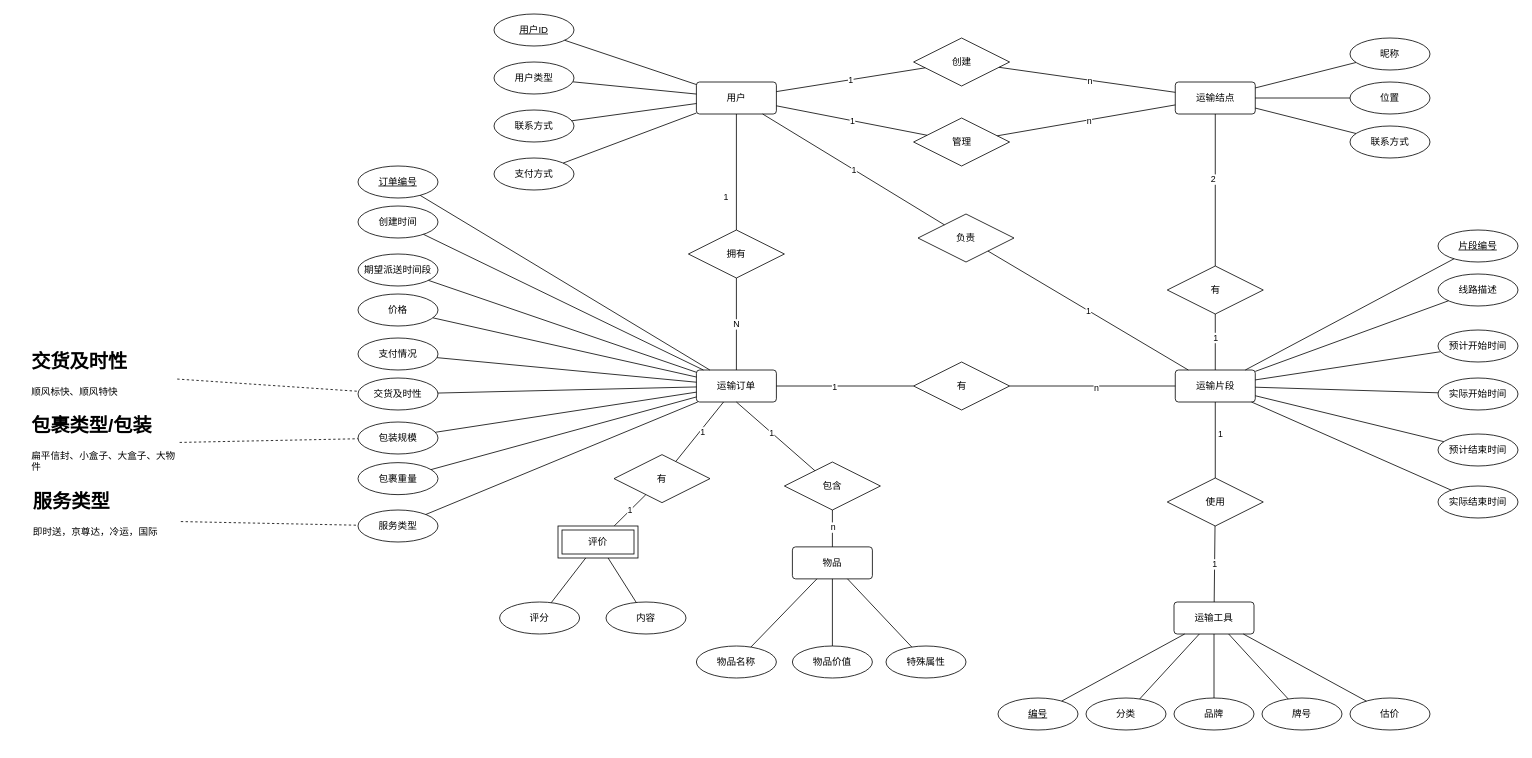
Above: 快递模型.drawio in loli0con/express (draw.io), before the change. Source tidied: cells renumbered, new cells numbered last; positions are measured from the earlier drawing's top-left corner, leaving out a move shared by most shapes. Both pictures are drawn from the tidied source at 80%, with x=0, y=0 at pixel (27, 14).
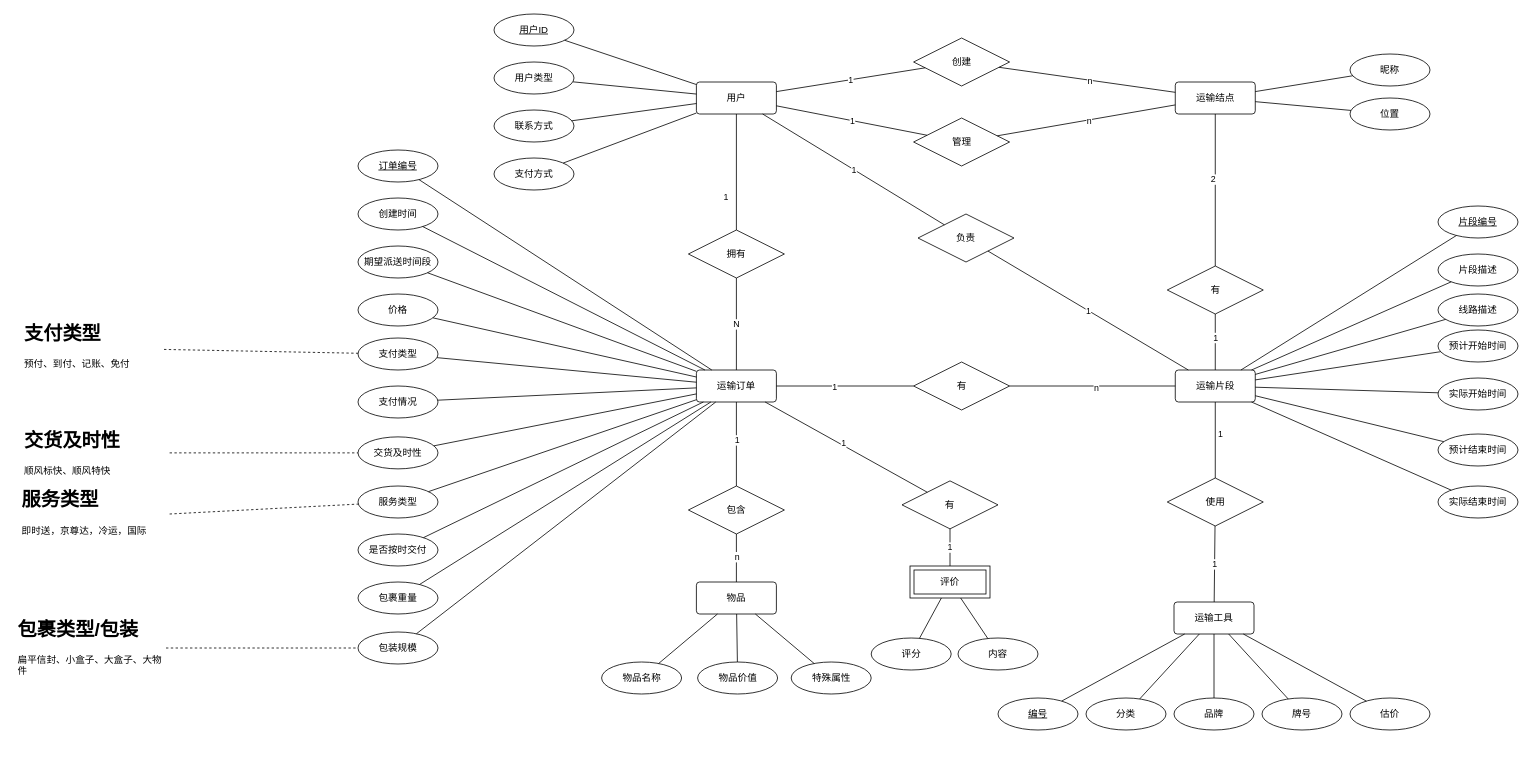
The same diagram, later.

Commit message (it also covers changes not shown here):
完成建表语句修改，继续完善快递模型

The change refers to these unchanged cells:
```xml
<mxCell id="4" value="运输订单" style="rounded=1;arcSize=10;whiteSpace=wrap;html=1;align=center;" parent="1" vertex="1">
  <mxGeometry x="836" y="445" width="100" height="40" as="geometry" />
</mxCell>
<mxCell id="6" value="运输片段" style="rounded=1;arcSize=10;whiteSpace=wrap;html=1;align=center;" parent="1" vertex="1">
  <mxGeometry x="1434.6" y="445" width="100" height="40" as="geometry" />
</mxCell>
<mxCell id="7" value="运输结点" style="rounded=1;arcSize=10;whiteSpace=wrap;html=1;align=center;" parent="1" vertex="1">
  <mxGeometry x="1434.6" y="85" width="100" height="40" as="geometry" />
</mxCell>
```

What changed in the source:
```diff
@@
     <mxCell id="3" value="物品" style="rounded=1;arcSize=10;whiteSpace=wrap;html=1;align=center;" parent="1" vertex="1">
-      <mxGeometry x="956" y="666.1" width="100" height="40" as="geometry" />
+      <mxGeometry x="836" y="710" width="100" height="40" as="geometry" />
     </mxCell>
@@
     <mxCell id="22" value="有" style="shape=rhombus;perimeter=rhombusPerimeter;whiteSpace=wrap;html=1;align=center;" parent="1" vertex="1">
-      <mxGeometry x="733" y="550.8" width="120" height="60" as="geometry" />
+      <mxGeometry x="1093" y="583.6" width="120" height="60" as="geometry" />
     </mxCell>
@@
     <mxCell id="26" value="包含" style="shape=rhombus;perimeter=rhombusPerimeter;whiteSpace=wrap;html=1;align=center;" parent="1" vertex="1">
-      <mxGeometry x="946" y="560" width="120" height="60" as="geometry" />
+      <mxGeometry x="826" y="590" width="120" height="60" as="geometry" />
     </mxCell>
@@
     <mxCell id="39" value="昵称" style="ellipse;whiteSpace=wrap;html=1;align=center;" parent="1" vertex="1">
-      <mxGeometry x="1653" y="30" width="100" height="40" as="geometry" />
+      <mxGeometry x="1653" y="50" width="100" height="40" as="geometry" />
     </mxCell>
     <mxCell id="40" value="位置" style="ellipse;whiteSpace=wrap;html=1;align=center;" parent="1" vertex="1">
-      <mxGeometry x="1653" y="85" width="100" height="40" as="geometry" />
+      <mxGeometry x="1653" y="105" width="100" height="40" as="geometry" />
     </mxCell>
-    <mxCell id="41" value="联系方式" style="ellipse;whiteSpace=wrap;html=1;align=center;" parent="1" vertex="1">
-      <mxGeometry x="1653" y="140" width="100" height="40" as="geometry" />
-    </mxCell>
@@
-    <mxCell id="44" style="endArrow=none;html=1;rounded=0;" parent="1" edge="1" source="41" target="7">
-      <mxGeometry relative="1" as="geometry" />
-    </mxCell>
@@
     <mxCell id="49" value="物品名称" style="ellipse;whiteSpace=wrap;html=1;align=center;" parent="1" vertex="1">
-      <mxGeometry x="836" y="790" width="100" height="40" as="geometry" />
+      <mxGeometry x="717.5" y="810" width="100" height="40" as="geometry" />
     </mxCell>
     <mxCell id="50" value="物品价值" style="ellipse;whiteSpace=wrap;html=1;align=center;" parent="1" vertex="1">
-      <mxGeometry x="956" y="790" width="100" height="40" as="geometry" />
+      <mxGeometry x="837.5" y="810" width="100" height="40" as="geometry" />
     </mxCell>
@@
     <mxCell id="62" value="订单编号" style="ellipse;whiteSpace=wrap;html=1;align=center;fontStyle=4;" parent="1" vertex="1">
-      <mxGeometry x="413" y="190" width="100" height="40" as="geometry" />
+      <mxGeometry x="413" y="170" width="100" height="40" as="geometry" />
     </mxCell>
@@
     <mxCell id="64" value="支付情况" style="ellipse;whiteSpace=wrap;html=1;align=center;" parent="1" vertex="1">
-      <mxGeometry x="413" y="405" width="100" height="40" as="geometry" />
+      <mxGeometry x="413" y="465" width="100" height="40" as="geometry" />
     </mxCell>
@@
     <mxCell id="67" value="创建时间" style="ellipse;whiteSpace=wrap;html=1;align=center;" parent="1" vertex="1">
-      <mxGeometry x="413" y="240" width="100" height="40" as="geometry" />
+      <mxGeometry x="413" y="230" width="100" height="40" as="geometry" />
     </mxCell>
     <mxCell id="68" value="评分" style="ellipse;whiteSpace=wrap;html=1;align=center;" parent="1" vertex="1">
-      <mxGeometry x="590" y="735" width="100" height="40" as="geometry" />
+      <mxGeometry x="1054.5" y="780" width="100" height="40" as="geometry" />
     </mxCell>
     <mxCell id="69" value="内容" style="ellipse;whiteSpace=wrap;html=1;align=center;" parent="1" vertex="1">
-      <mxGeometry x="723" y="735" width="100" height="40" as="geometry" />
+      <mxGeometry x="1163" y="780" width="100" height="40" as="geometry" />
     </mxCell>
@@
     <mxCell id="82" value="评价" style="shape=ext;margin=3;double=1;whiteSpace=wrap;html=1;align=center;" parent="1" vertex="1">
-      <mxGeometry x="663" y="640" width="100" height="40" as="geometry" />
+      <mxGeometry x="1103" y="690" width="100" height="40" as="geometry" />
     </mxCell>
@@
     <mxCell id="85" value="包装规模" style="ellipse;whiteSpace=wrap;html=1;align=center;" parent="1" vertex="1">
-      <mxGeometry x="413" y="510" width="100" height="40" as="geometry" />
+      <mxGeometry x="413" y="772.5" width="100" height="40" as="geometry" />
     </mxCell>
@@
     <mxCell id="87" value="包裹重量" style="ellipse;whiteSpace=wrap;html=1;align=center;" parent="1" vertex="1">
-      <mxGeometry x="413" y="560.8" width="100" height="40" as="geometry" />
+      <mxGeometry x="413" y="710" width="100" height="40" as="geometry" />
     </mxCell>
@@
     <mxCell id="89" value="交货及时性" style="ellipse;whiteSpace=wrap;html=1;align=center;" parent="1" vertex="1">
-      <mxGeometry x="413" y="455" width="100" height="40" as="geometry" />
+      <mxGeometry x="413" y="528.6" width="100" height="40" as="geometry" />
     </mxCell>
@@
     <mxCell id="91" value="线路描述" style="ellipse;whiteSpace=wrap;html=1;align=center;" parent="1" vertex="1">
-      <mxGeometry x="1763" y="325" width="100" height="40" as="geometry" />
+      <mxGeometry x="1763" y="350" width="100" height="40" as="geometry" />
     </mxCell>
@@
     <mxCell id="93" value="片段编号" style="ellipse;whiteSpace=wrap;html=1;align=center;fontStyle=4;" parent="1" vertex="1">
-      <mxGeometry x="1763" y="270" width="100" height="40" as="geometry" />
+      <mxGeometry x="1763" y="240" width="100" height="40" as="geometry" />
     </mxCell>
@@
     <mxCell id="107" value="特殊属性" style="ellipse;whiteSpace=wrap;html=1;align=center;" parent="1" vertex="1">
-      <mxGeometry x="1073" y="790" width="100" height="40" as="geometry" />
+      <mxGeometry x="954.5" y="810" width="100" height="40" as="geometry" />
     </mxCell>
@@
     <mxCell id="109" value="服务类型" style="ellipse;whiteSpace=wrap;html=1;align=center;" parent="1" vertex="1">
-      <mxGeometry x="413" y="620" width="100" height="40" as="geometry" />
+      <mxGeometry x="413" y="590" width="100" height="40" as="geometry" />
     </mxCell>
@@
     <mxCell id="111" value="&lt;h1&gt;服务类型&lt;/h1&gt;&lt;p&gt;即时送，京尊达，冷运，国际&lt;/p&gt;" style="text;html=1;strokeColor=none;fillColor=none;spacing=5;spacingTop=-20;whiteSpace=wrap;overflow=hidden;rounded=0;rotation=0;" parent="1" vertex="1">
-      <mxGeometry x="1.5" y="590" width="190" height="85" as="geometry" />
+      <mxGeometry x="-12.5" y="587.5" width="190" height="85" as="geometry" />
     </mxCell>
@@
     <mxCell id="113" value="&lt;h1&gt;包裹类型/包装&lt;/h1&gt;&lt;p&gt;扁平信封、小盒子、大盒子、大物件&lt;/p&gt;" style="text;html=1;strokeColor=none;fillColor=none;spacing=5;spacingTop=-20;whiteSpace=wrap;overflow=hidden;rounded=0;" parent="1" vertex="1">
-      <mxGeometry y="495" width="190" height="85" as="geometry" />
+      <mxGeometry x="-17" y="750" width="190" height="85" as="geometry" />
     </mxCell>
@@
     <mxCell id="115" value="&lt;h1&gt;交货及时性&lt;/h1&gt;&lt;p&gt;顺风标快、顺风特快&lt;/p&gt;" style="text;html=1;strokeColor=none;fillColor=none;spacing=5;spacingTop=-20;whiteSpace=wrap;overflow=hidden;rounded=0;" parent="1" vertex="1">
-      <mxGeometry y="415" width="187" height="70" as="geometry" />
+      <mxGeometry x="-9.5" y="513.6" width="187" height="70" as="geometry" />
     </mxCell>
     <mxCell id="116" value="期望派送时间段" style="ellipse;whiteSpace=wrap;html=1;align=center;" parent="1" vertex="1">
-      <mxGeometry x="413" y="300" width="100" height="40" as="geometry" />
+      <mxGeometry x="413" y="290" width="100" height="40" as="geometry" />
     </mxCell>
@@
+    <mxCell id="123" value="是否按时交付" style="ellipse;whiteSpace=wrap;html=1;align=center;" parent="1" vertex="1">
+      <mxGeometry x="413" y="650" width="100" height="40" as="geometry" />
+    </mxCell>
+    <mxCell id="124" style="endArrow=none;html=1;rounded=0;" parent="1" edge="1" source="123" target="4">
+      <mxGeometry relative="1" as="geometry" />
+    </mxCell>
+    <mxCell id="125" value="支付类型" style="ellipse;whiteSpace=wrap;html=1;align=center;" parent="1" vertex="1">
+      <mxGeometry x="413" y="405" width="100" height="40" as="geometry" />
+    </mxCell>
+    <mxCell id="126" style="endArrow=none;html=1;rounded=0;" parent="1" edge="1" source="125" target="4">
+      <mxGeometry relative="1" as="geometry" />
+    </mxCell>
+    <mxCell id="127" value="&lt;h1&gt;支付类型&lt;/h1&gt;&lt;div&gt;预付、到付、记账、免付&lt;/div&gt;" style="text;html=1;strokeColor=none;fillColor=none;spacing=5;spacingTop=-20;whiteSpace=wrap;overflow=hidden;rounded=0;" parent="1" vertex="1">
+      <mxGeometry x="-9.5" y="380" width="180" height="75" as="geometry" />
+    </mxCell>
+    <mxCell id="128" style="endArrow=none;dashed=1;html=1;" parent="1" edge="1" source="127" target="125">
+      <mxGeometry relative="1" as="geometry" />
+    </mxCell>
+    <mxCell id="129" value="片段描述" style="ellipse;whiteSpace=wrap;html=1;align=center;" parent="1" vertex="1">
+      <mxGeometry x="1763" y="300" width="100" height="40" as="geometry" />
+    </mxCell>
+    <mxCell id="130" style="endArrow=none;html=1;rounded=0;" parent="1" edge="1" source="6" target="129">
+      <mxGeometry relative="1" as="geometry" />
+    </mxCell>
```
